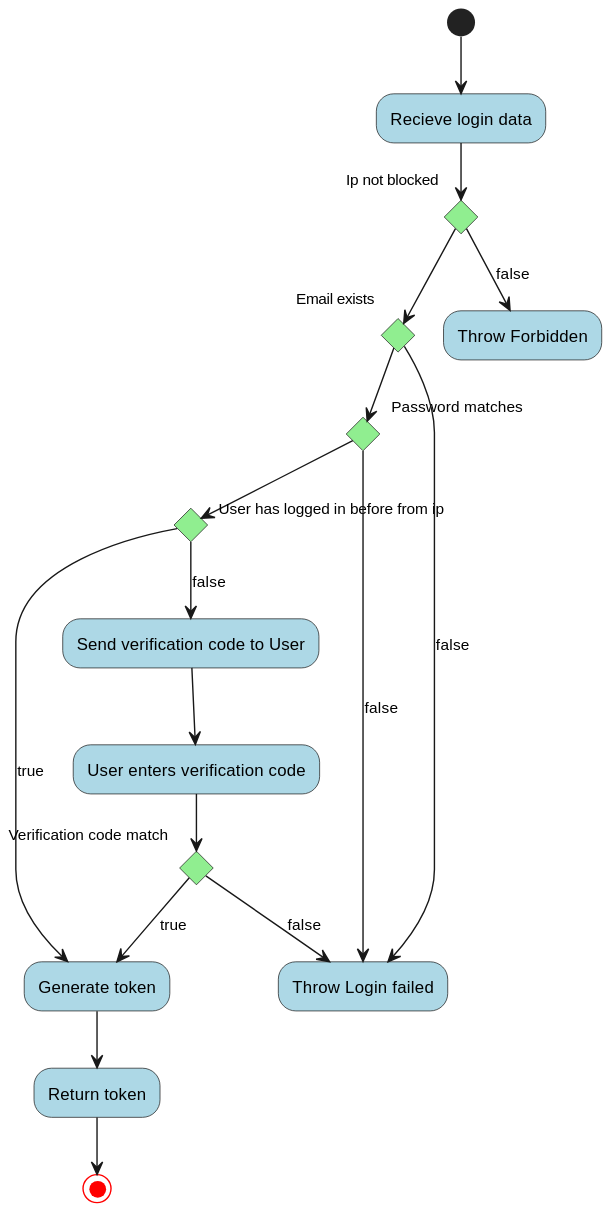
Earlier version of the PlantUML export Docs/out/FlowCharts/LoginFlowChart/Login Flowchart.svg (blackout1471/trust-us-school).
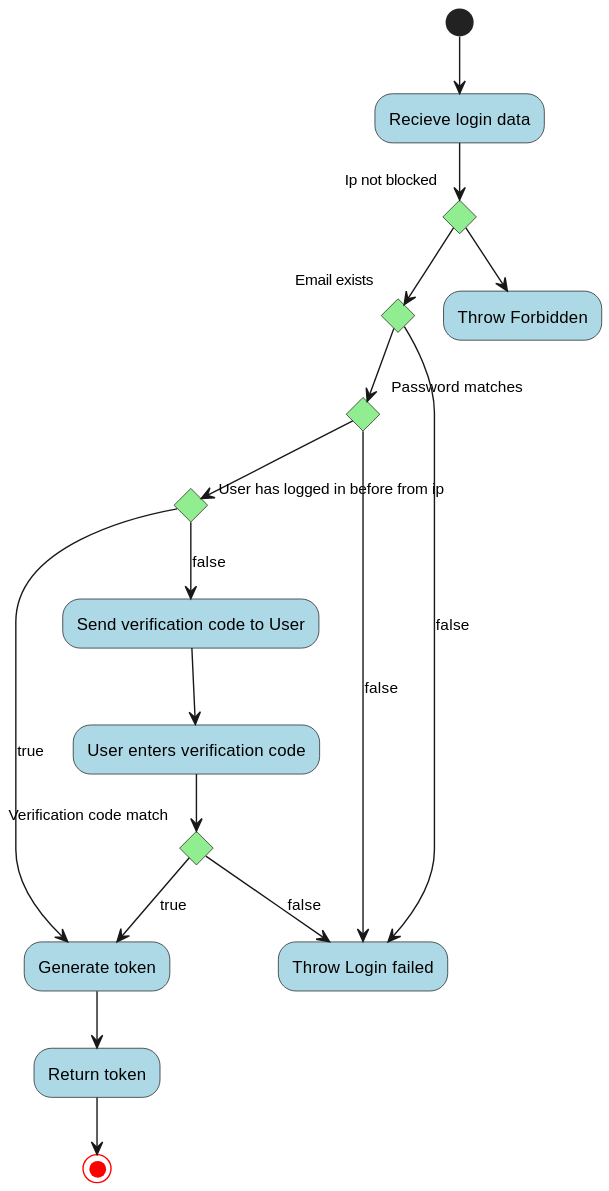
After the commit.

Change to the diagram source:
```diff
@@ -35,6 +35,6 @@
 
     end if
 else
- -->[false] "Throw Forbidden"
+ --> "Throw Forbidden"
 end if
 @enduml
```
